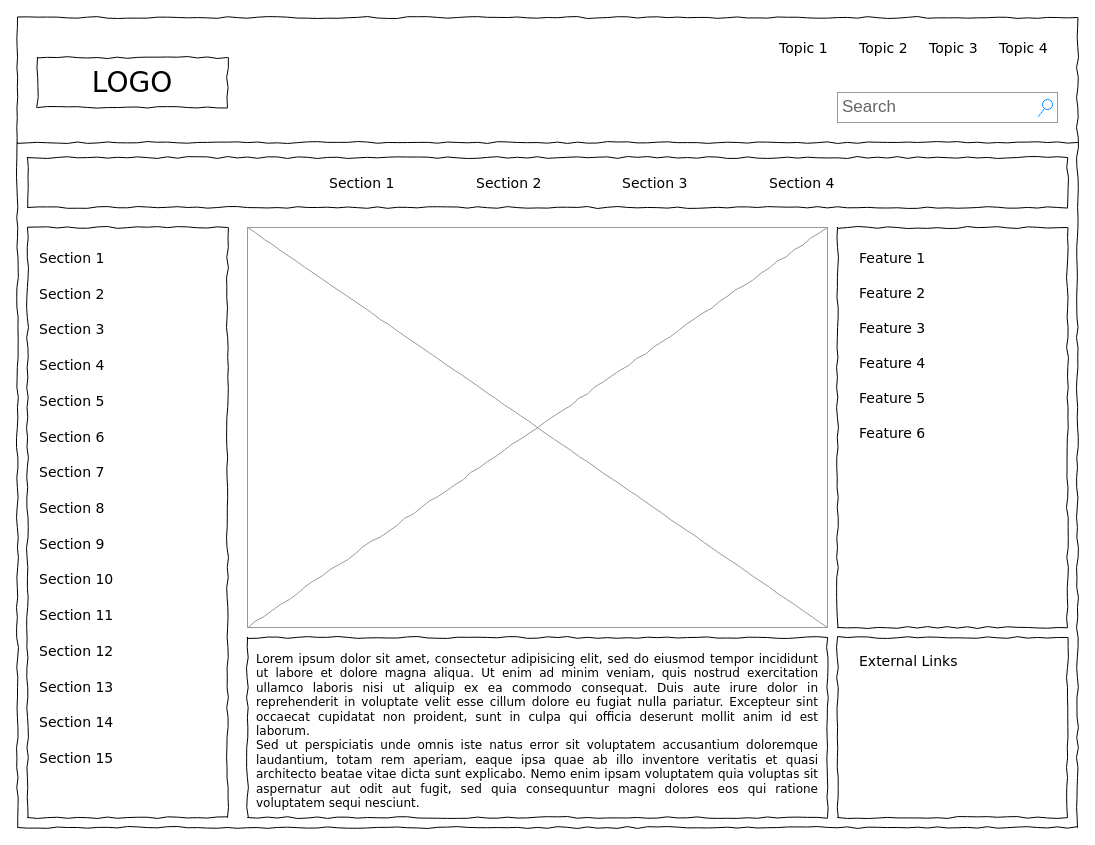
andresico01/RetoUniNorteCiclo3 keeps this draw.io diagram as Untitled Diagram.drawio. Above is the earlier version. Source tidied: cells renumbered, new cells numbered last; positions are measured from the earlier drawing's top-left corner, leaving out a move shared by most shapes. Both pictures are drawn from the tidied source at 100%, with x=0, y=0 at pixel (17, 17).
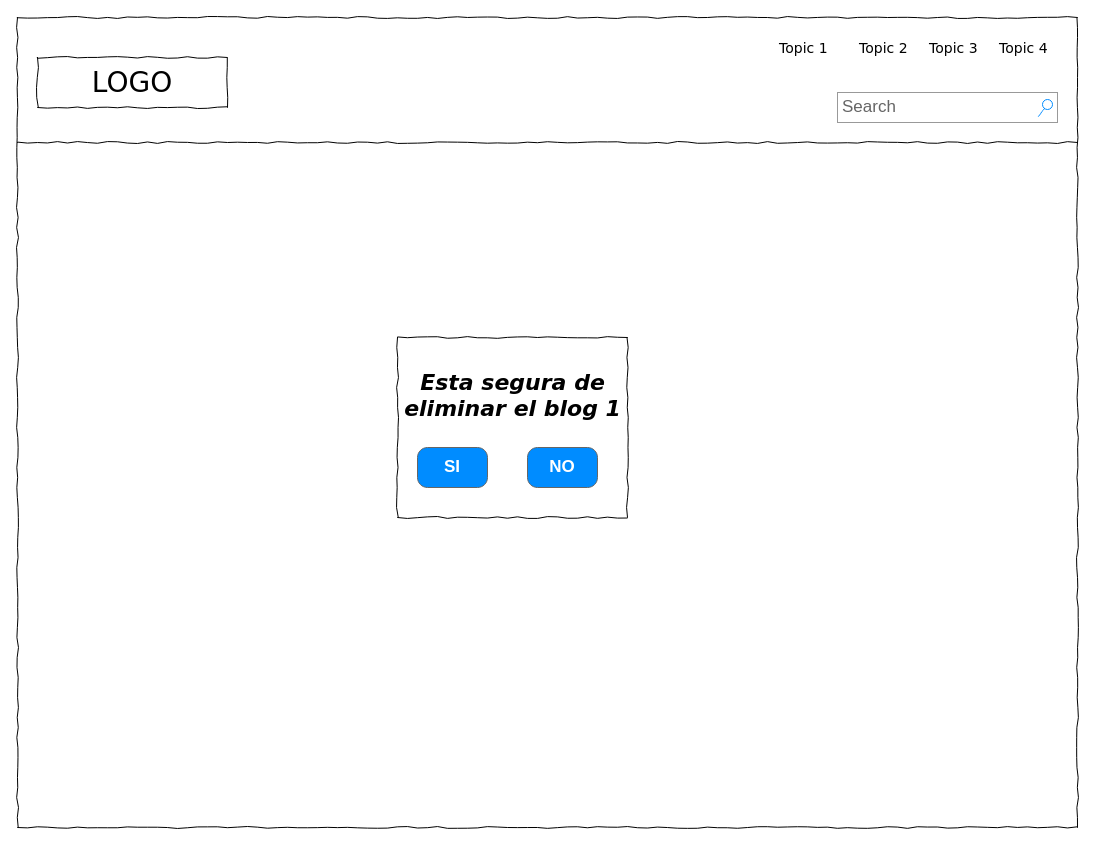
After the change.

What changed in the source:
```diff
@@
-    <mxCell id="9" style="whiteSpace=wrap;html=1;rounded=0;shadow=0;labelBackgroundColor=none;strokeWidth=1;fillColor=none;fontFamily=Verdana;fontSize=12;align=center;comic=1;" parent="1" vertex="1">
-      <mxGeometry x="10" y="210" width="200" height="590" as="geometry" />
-    </mxCell>
@@
-    <mxCell id="11" style="whiteSpace=wrap;html=1;rounded=0;shadow=0;labelBackgroundColor=none;strokeWidth=1;fillColor=none;fontFamily=Verdana;fontSize=12;align=center;comic=1;" parent="1" vertex="1">
-      <mxGeometry x="10" y="140" width="1040" height="50" as="geometry" />
-    </mxCell>
-    <mxCell id="12" value="Section 1" style="text;html=1;align=left;verticalAlign=top;spacingTop=-4;fontSize=14;fontFamily=Verdana;" parent="1" vertex="1">
-      <mxGeometry x="310" y="155" width="60" height="20" as="geometry" />
-    </mxCell>
-    <mxCell id="13" value="Section 2" style="text;html=1;align=left;verticalAlign=top;spacingTop=-4;fontSize=14;fontFamily=Verdana;" parent="1" vertex="1">
-      <mxGeometry x="457" y="155" width="60" height="20" as="geometry" />
-    </mxCell>
-    <mxCell id="14" value="Section 3" style="text;html=1;align=left;verticalAlign=top;spacingTop=-4;fontSize=14;fontFamily=Verdana;" parent="1" vertex="1">
-      <mxGeometry x="603" y="155" width="60" height="20" as="geometry" />
-    </mxCell>
-    <mxCell id="15" value="Section 4" style="text;html=1;align=left;verticalAlign=top;spacingTop=-4;fontSize=14;fontFamily=Verdana;" parent="1" vertex="1">
-      <mxGeometry x="750" y="155" width="60" height="20" as="geometry" />
-    </mxCell>
-    <mxCell id="16" value="&lt;div style=&quot;text-align: justify&quot;&gt;&lt;span&gt;Lorem ipsum dolor sit amet, consectetur adipisicing elit, sed do eiusmod tempor incididunt ut labore et dolore magna aliqua. Ut enim ad minim veniam, quis nostrud exercitation ullamco laboris nisi ut aliquip ex ea commodo consequat. Duis aute irure dolor in reprehenderit in voluptate velit esse cillum dolore eu fugiat nulla pariatur. Excepteur sint occaecat cupidatat non proident, sunt in culpa qui officia deserunt mollit anim id est laborum.&lt;/span&gt;&lt;/div&gt;&lt;div style=&quot;text-align: justify&quot;&gt;&lt;span&gt;Sed ut perspiciatis unde omnis iste natus error sit voluptatem accusantium doloremque laudantium, totam rem aperiam, eaque ipsa quae ab illo inventore veritatis et quasi architecto beatae vitae dicta sunt explicabo. Nemo enim ipsam voluptatem quia voluptas sit aspernatur aut odit aut fugit, sed quia consequuntur magni dolores eos qui ratione voluptatem sequi nesciunt.&amp;nbsp;&lt;/span&gt;&lt;/div&gt;" style="whiteSpace=wrap;html=1;rounded=0;shadow=0;labelBackgroundColor=none;strokeWidth=1;fillColor=none;fontFamily=Verdana;fontSize=12;align=center;verticalAlign=top;spacing=10;comic=1;" parent="1" vertex="1">
-      <mxGeometry x="230" y="620" width="580" height="180" as="geometry" />
-    </mxCell>
-    <mxCell id="17" style="verticalLabelPosition=bottom;shadow=0;dashed=0;align=center;html=1;verticalAlign=top;strokeWidth=1;shape=mxgraph.mockup.graphics.simpleIcon;strokeColor=#999999;rounded=0;labelBackgroundColor=none;fontFamily=Verdana;fontSize=14;fontColor=#000000;comic=1;" parent="1" vertex="1">
-      <mxGeometry x="230" y="210" width="580" height="400" as="geometry" />
-    </mxCell>
-    <mxCell id="18" style="whiteSpace=wrap;html=1;rounded=0;shadow=0;labelBackgroundColor=none;strokeWidth=1;fillColor=none;fontFamily=Verdana;fontSize=12;align=center;comic=1;" parent="1" vertex="1">
-      <mxGeometry x="820" y="210" width="230" height="400" as="geometry" />
-    </mxCell>
     <mxCell id="19" style="whiteSpace=wrap;html=1;rounded=0;shadow=0;labelBackgroundColor=none;strokeWidth=1;fillColor=none;fontFamily=Verdana;fontSize=12;align=center;comic=1;" parent="1" vertex="1">
-      <mxGeometry x="820" y="620" width="230" height="180" as="geometry" />
+      <mxGeometry x="380" y="320" width="230" height="180" as="geometry" />
     </mxCell>
-    <mxCell id="20" value="Section 1" style="text;html=1;align=left;verticalAlign=top;spacingTop=-4;fontSize=14;fontFamily=Verdana;" parent="1" vertex="1">
-      <mxGeometry x="20" y="230" width="170" height="20" as="geometry" />
-    </mxCell>
-    <mxCell id="21" value="Section 2" style="text;html=1;align=left;verticalAlign=top;spacingTop=-4;fontSize=14;fontFamily=Verdana;" parent="1" vertex="1">
-      <mxGeometry x="20" y="266" width="170" height="20" as="geometry" />
-    </mxCell>
-    <mxCell id="22" value="Section 3" style="text;html=1;align=left;verticalAlign=top;spacingTop=-4;fontSize=14;fontFamily=Verdana;" parent="1" vertex="1">
-      <mxGeometry x="20" y="301" width="170" height="20" as="geometry" />
-    </mxCell>
-    <mxCell id="23" value="Section 4" style="text;html=1;align=left;verticalAlign=top;spacingTop=-4;fontSize=14;fontFamily=Verdana;" parent="1" vertex="1">
-      <mxGeometry x="20" y="337" width="170" height="20" as="geometry" />
-    </mxCell>
-    <mxCell id="24" value="Section 7" style="text;html=1;align=left;verticalAlign=top;spacingTop=-4;fontSize=14;fontFamily=Verdana;" parent="1" vertex="1">
-      <mxGeometry x="20" y="444" width="170" height="20" as="geometry" />
-    </mxCell>
-    <mxCell id="25" value="Section 8" style="text;html=1;align=left;verticalAlign=top;spacingTop=-4;fontSize=14;fontFamily=Verdana;" parent="1" vertex="1">
-      <mxGeometry x="20" y="480" width="170" height="20" as="geometry" />
-    </mxCell>
-    <mxCell id="26" value="Section 9" style="text;html=1;align=left;verticalAlign=top;spacingTop=-4;fontSize=14;fontFamily=Verdana;" parent="1" vertex="1">
-      <mxGeometry x="20" y="516" width="170" height="20" as="geometry" />
-    </mxCell>
-    <mxCell id="27" value="Section 10" style="text;html=1;align=left;verticalAlign=top;spacingTop=-4;fontSize=14;fontFamily=Verdana;" parent="1" vertex="1">
-      <mxGeometry x="20" y="551" width="170" height="20" as="geometry" />
-    </mxCell>
-    <mxCell id="28" value="Section 11" style="text;html=1;align=left;verticalAlign=top;spacingTop=-4;fontSize=14;fontFamily=Verdana;" parent="1" vertex="1">
-      <mxGeometry x="20" y="587" width="170" height="20" as="geometry" />
-    </mxCell>
-    <mxCell id="29" value="Section 12" style="text;html=1;align=left;verticalAlign=top;spacingTop=-4;fontSize=14;fontFamily=Verdana;" parent="1" vertex="1">
-      <mxGeometry x="20" y="623" width="170" height="20" as="geometry" />
-    </mxCell>
-    <mxCell id="30" value="Section 13" style="text;html=1;align=left;verticalAlign=top;spacingTop=-4;fontSize=14;fontFamily=Verdana;" parent="1" vertex="1">
-      <mxGeometry x="20" y="659" width="170" height="20" as="geometry" />
-    </mxCell>
-    <mxCell id="31" value="Section 14" style="text;html=1;align=left;verticalAlign=top;spacingTop=-4;fontSize=14;fontFamily=Verdana;" parent="1" vertex="1">
-      <mxGeometry x="20" y="694" width="170" height="20" as="geometry" />
-    </mxCell>
-    <mxCell id="32" value="Section 5" style="text;html=1;align=left;verticalAlign=top;spacingTop=-4;fontSize=14;fontFamily=Verdana;" parent="1" vertex="1">
-      <mxGeometry x="20" y="373" width="170" height="20" as="geometry" />
-    </mxCell>
-    <mxCell id="33" value="Section 6" style="text;html=1;align=left;verticalAlign=top;spacingTop=-4;fontSize=14;fontFamily=Verdana;" parent="1" vertex="1">
-      <mxGeometry x="20" y="409" width="170" height="20" as="geometry" />
-    </mxCell>
-    <mxCell id="34" value="Section 15" style="text;html=1;align=left;verticalAlign=top;spacingTop=-4;fontSize=14;fontFamily=Verdana;" parent="1" vertex="1">
-      <mxGeometry x="20" y="730" width="170" height="20" as="geometry" />
-    </mxCell>
-    <mxCell id="35" value="External Links" style="text;html=1;align=left;verticalAlign=top;spacingTop=-4;fontSize=14;fontFamily=Verdana;" parent="1" vertex="1">
-      <mxGeometry x="840" y="633" width="170" height="20" as="geometry" />
+    <mxCell id="35" value="&lt;div style=&quot;font-size: 22px;&quot; align=&quot;center&quot;&gt;Esta segura de &lt;br style=&quot;font-size: 22px;&quot;&gt;&lt;/div&gt;&lt;div style=&quot;font-size: 22px;&quot; align=&quot;center&quot;&gt;eliminar el blog 1&lt;/div&gt;" style="text;html=1;align=center;verticalAlign=top;spacingTop=-4;fontSize=22;fontFamily=Verdana;fontStyle=3;" parent="1" vertex="1">
+      <mxGeometry x="410" y="350" width="170" height="20" as="geometry" />
     </mxCell>
-    <mxCell id="36" value="Feature 1" style="text;html=1;align=left;verticalAlign=top;spacingTop=-4;fontSize=14;fontFamily=Verdana;" parent="1" vertex="1">
-      <mxGeometry x="840" y="230" width="170" height="20" as="geometry" />
-    </mxCell>
-    <mxCell id="37" value="Feature 2" style="text;html=1;align=left;verticalAlign=top;spacingTop=-4;fontSize=14;fontFamily=Verdana;" parent="1" vertex="1">
-      <mxGeometry x="840" y="265" width="170" height="20" as="geometry" />
-    </mxCell>
-    <mxCell id="38" value="Feature 3" style="text;html=1;align=left;verticalAlign=top;spacingTop=-4;fontSize=14;fontFamily=Verdana;" parent="1" vertex="1">
-      <mxGeometry x="840" y="300" width="170" height="20" as="geometry" />
-    </mxCell>
-    <mxCell id="39" value="Feature 4" style="text;html=1;align=left;verticalAlign=top;spacingTop=-4;fontSize=14;fontFamily=Verdana;" parent="1" vertex="1">
-      <mxGeometry x="840" y="335" width="170" height="20" as="geometry" />
-    </mxCell>
-    <mxCell id="40" value="Feature 5" style="text;html=1;align=left;verticalAlign=top;spacingTop=-4;fontSize=14;fontFamily=Verdana;" parent="1" vertex="1">
-      <mxGeometry x="840" y="370" width="170" height="20" as="geometry" />
-    </mxCell>
-    <mxCell id="41" value="Feature 6" style="text;html=1;align=left;verticalAlign=top;spacingTop=-4;fontSize=14;fontFamily=Verdana;" parent="1" vertex="1">
-      <mxGeometry x="840" y="405" width="170" height="20" as="geometry" />
-    </mxCell>
+    <mxCell id="42" value="SI" style="strokeWidth=1;shadow=0;dashed=0;align=center;html=1;shape=mxgraph.mockup.buttons.button;strokeColor=#666666;fontColor=#ffffff;mainText=;buttonStyle=round;fontSize=17;fontStyle=1;fillColor=#008cff;whiteSpace=wrap;" parent="1" vertex="1">
+      <mxGeometry x="400" y="430" width="70" height="40" as="geometry" />
+    </mxCell>
+    <mxCell id="43" value="NO" style="strokeWidth=1;shadow=0;dashed=0;align=center;html=1;shape=mxgraph.mockup.buttons.button;strokeColor=#666666;fontColor=#ffffff;mainText=;buttonStyle=round;fontSize=17;fontStyle=1;fillColor=#008cff;whiteSpace=wrap;" parent="1" vertex="1">
+      <mxGeometry x="510" y="430" width="70" height="40" as="geometry" />
+    </mxCell>
```
